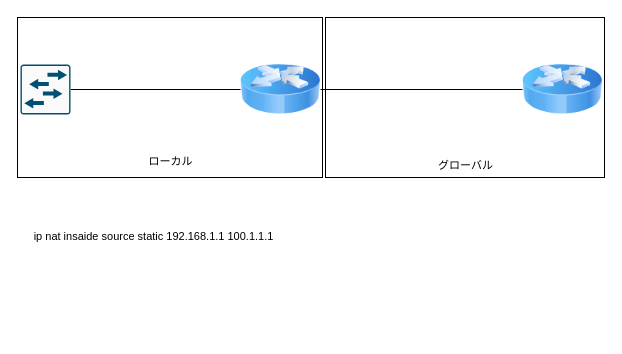
Earlier version of the draw.io diagram NAT.drawio (kyforprogram/ccna). Source tidied: cells renumbered, new cells numbered last; positions are measured from the earlier drawing's top-left corner, leaving out a move shared by most shapes. Both pictures are drawn from the tidied source at 100%, with x=0, y=0 at pixel (17, 17).
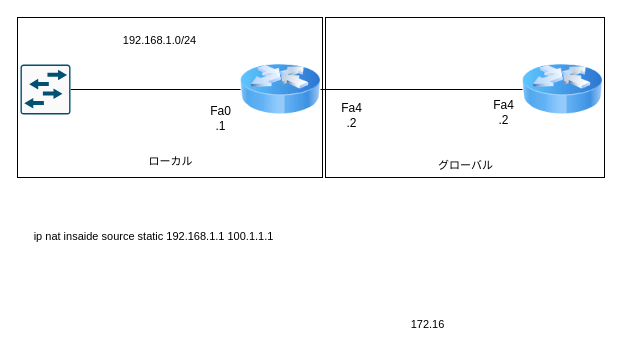
The same diagram, later.

Commit message:
NAT.drawio を更新します

Diff of the diagram source:
```diff
@@
 <mxGraphModel>
   <root>
     <mxCell id="0" />
     <mxCell id="1" parent="0" />
     <mxCell id="2" style="whiteSpace=wrap;html=1;fontFamily=Helvetica;fontSize=11;fontColor=default;" parent="1" vertex="1">
       <mxGeometry x="308" width="279" height="160" as="geometry" />
     </mxCell>
     <mxCell id="3" style="whiteSpace=wrap;html=1;fontFamily=Helvetica;fontSize=11;fontColor=default;" parent="1" vertex="1">
       <mxGeometry width="305" height="160" as="geometry" />
     </mxCell>
     <mxCell id="4" style="image;html=1;image=img/lib/clip_art/networking/Router_Icon_128x128.png;" parent="1" vertex="1">
       <mxGeometry x="223" y="32" width="80" height="80" as="geometry" />
     </mxCell>
     <mxCell id="5" style="edgeStyle=none;shape=connector;rounded=0;jettySize=auto;html=1;exitX=0;exitY=0.5;exitDx=0;exitDy=0;entryX=1;entryY=0.5;entryDx=0;entryDy=0;labelBackgroundColor=default;strokeColor=default;fontFamily=Helvetica;fontSize=11;fontColor=default;endArrow=none;endFill=0;" parent="1" edge="1" source="6" target="4">
       <mxGeometry relative="1" as="geometry" />
     </mxCell>
     <mxCell id="6" style="image;html=1;image=img/lib/clip_art/networking/Router_Icon_128x128.png;" parent="1" vertex="1">
       <mxGeometry x="505" y="32" width="80" height="80" as="geometry" />
     </mxCell>
     <mxCell id="7" style="rounded=0;jettySize=auto;html=1;exitX=1;exitY=0.5;exitDx=0;exitDy=0;exitPerimeter=0;entryX=0;entryY=0.5;entryDx=0;entryDy=0;endArrow=none;endFill=0;" parent="1" edge="1" source="8" target="4">
       <mxGeometry relative="1" as="geometry" />
     </mxCell>
     <mxCell id="8" style="sketch=0;points=[[0.015,0.015,0],[0.985,0.015,0],[0.985,0.985,0],[0.015,0.985,0],[0.25,0,0],[0.5,0,0],[0.75,0,0],[1,0.25,0],[1,0.5,0],[1,0.75,0],[0.75,1,0],[0.5,1,0],[0.25,1,0],[0,0.75,0],[0,0.5,0],[0,0.25,0]];verticalLabelPosition=bottom;html=1;verticalAlign=top;align=center;shape=mxgraph.cisco19.rect;prIcon=l2_switch;fillColor=#FAFAFA;strokeColor=#005073;" parent="1" vertex="1">
       <mxGeometry x="3" y="47" width="50" height="50" as="geometry" />
     </mxCell>
     <mxCell id="9" value="グローバル" style="text;html=1;align=center;verticalAlign=middle;strokeColor=none;fillColor=none;fontSize=11;fontFamily=Helvetica;fontColor=default;" parent="1" vertex="1">
       <mxGeometry x="411" y="135" width="73" height="25" as="geometry" />
     </mxCell>
     <mxCell id="10" value="ローカル" style="text;html=1;align=center;verticalAlign=middle;strokeColor=none;fillColor=none;fontSize=11;fontFamily=Helvetica;fontColor=default;" parent="1" vertex="1">
       <mxGeometry x="121.5" y="131" width="62" height="25" as="geometry" />
     </mxCell>
     <mxCell id="11" value="ip nat insaide source static 192.168.1.1 100.1.1.1" style="text;html=1;align=center;verticalAlign=middle;strokeColor=none;fillColor=none;fontSize=11;fontFamily=Helvetica;fontColor=default;" parent="1" vertex="1">
       <mxGeometry x="7" y="206" width="258" height="25" as="geometry" />
     </mxCell>
+    <mxCell id="12" value="Fa4&lt;br&gt;.2" style="text;html=1;align=center;verticalAlign=middle;strokeColor=none;fillColor=none;" parent="1" vertex="1">
+      <mxGeometry x="466" y="74" width="39" height="41" as="geometry" />
+    </mxCell>
+    <mxCell id="13" value="Fa4&lt;br&gt;.2" style="text;html=1;align=center;verticalAlign=middle;strokeColor=none;fillColor=none;" parent="1" vertex="1">
+      <mxGeometry x="314" y="77" width="39" height="41" as="geometry" />
+    </mxCell>
+    <mxCell id="14" value="Fa0&lt;br&gt;.1" style="text;html=1;align=center;verticalAlign=middle;strokeColor=none;fillColor=none;" parent="1" vertex="1">
+      <mxGeometry x="183.5" y="80" width="39" height="41" as="geometry" />
+    </mxCell>
+    <mxCell id="15" value="192.168.1.0/24" style="text;html=1;align=center;verticalAlign=middle;strokeColor=none;fillColor=none;fontSize=11;fontFamily=Helvetica;fontColor=default;" parent="1" vertex="1">
+      <mxGeometry x="96" y="10" width="91" height="25" as="geometry" />
+    </mxCell>
+    <mxCell id="16" value="172.16" style="text;html=1;align=center;verticalAlign=middle;strokeColor=none;fillColor=none;fontSize=11;fontFamily=Helvetica;fontColor=default;" parent="1" vertex="1">
+      <mxGeometry x="384" y="294" width="52" height="25" as="geometry" />
+    </mxCell>
   </root>
 </mxGraphModel>
```
